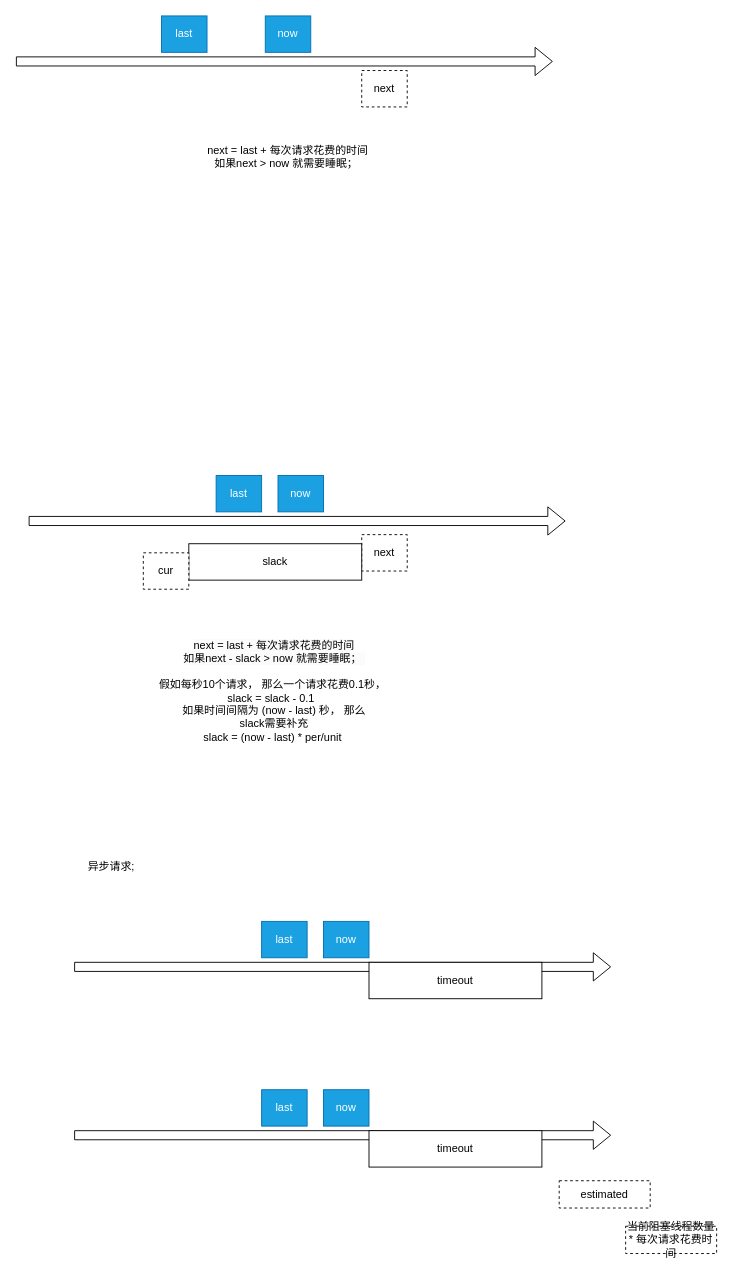
This is doc/leaky_bucket.drawio from SuperJourney/ratelimit, a draw.io file, before an edit. Source tidied: cells renumbered, new cells numbered last; positions are measured from the earlier drawing's top-left corner, leaving out a move shared by most shapes. Both pictures are drawn from the tidied source at 91%, with x=0, y=0 at pixel (15, 15).
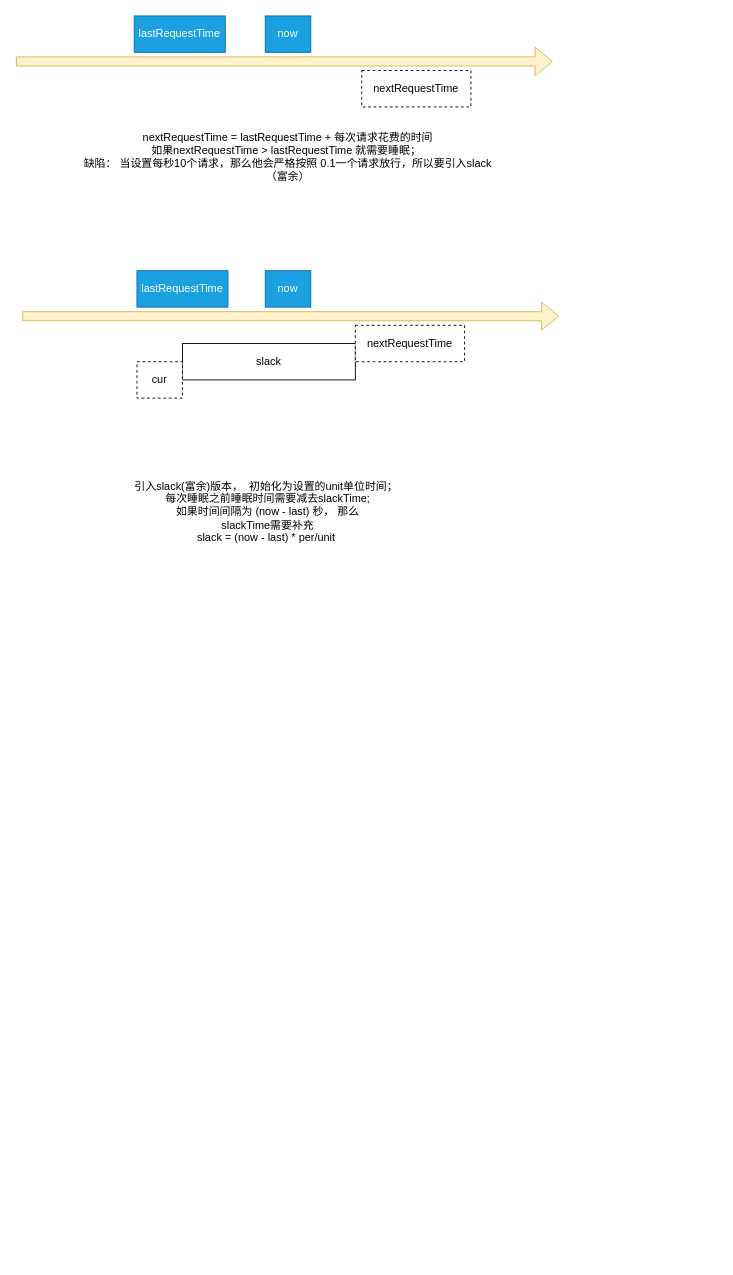
Above is the later version.

Diff of the diagram source:
```diff
@@
-    <mxCell id="2" style="shape=flexArrow;endArrow=classic;html=1;" parent="1" edge="1">
+    <mxCell id="2" style="shape=flexArrow;endArrow=classic;html=1;fillColor=#fff2cc;strokeColor=#d6b656;" parent="1" edge="1">
       <mxGeometry relative="1" as="geometry">
         <mxPoint y="50" as="sourcePoint" />
         <mxPoint x="590" y="50" as="targetPoint" />
       </mxGeometry>
     </mxCell>
@@
-    <mxCell id="4" value="next" style="rounded=0;whiteSpace=wrap;html=1;dashed=1;" parent="1" vertex="1">
-      <mxGeometry x="380" y="60" width="50" height="40" as="geometry" />
+    <mxCell id="4" value="nextRequestTime" style="rounded=0;whiteSpace=wrap;html=1;dashed=1;" parent="1" vertex="1">
+      <mxGeometry x="380" y="60" width="120" height="40" as="geometry" />
     </mxCell>
-    <mxCell id="5" style="shape=flexArrow;endArrow=classic;html=1;" parent="1" edge="1">
+    <mxCell id="5" style="shape=flexArrow;endArrow=classic;html=1;fillColor=#fff2cc;strokeColor=#d6b656;" parent="1" edge="1">
       <mxGeometry relative="1" as="geometry">
-        <mxPoint x="14" y="555" as="sourcePoint" />
-        <mxPoint x="604" y="555" as="targetPoint" />
+        <mxPoint x="7" y="330" as="sourcePoint" />
+        <mxPoint x="597" y="330" as="targetPoint" />
       </mxGeometry>
     </mxCell>
     <mxCell id="6" value="now" style="rounded=0;whiteSpace=wrap;html=1;fillColor=#1ba1e2;fontColor=#ffffff;strokeColor=#006EAF;" parent="1" vertex="1">
-      <mxGeometry x="288" y="505" width="50" height="40" as="geometry" />
+      <mxGeometry x="274" y="280" width="50" height="40" as="geometry" />
     </mxCell>
-    <mxCell id="7" value="next" style="rounded=0;whiteSpace=wrap;html=1;dashed=1;" parent="1" vertex="1">
-      <mxGeometry x="380" y="570" width="50" height="40" as="geometry" />
-    </mxCell>
     <mxCell id="8" value="slack" style="rounded=0;whiteSpace=wrap;html=1;" parent="1" vertex="1">
-      <mxGeometry x="190" y="580" width="190" height="40" as="geometry" />
+      <mxGeometry x="183" y="360" width="190" height="40" as="geometry" />
     </mxCell>
     <mxCell id="9" value="cur" style="rounded=0;whiteSpace=wrap;html=1;dashed=1;" parent="1" vertex="1">
-      <mxGeometry x="140" y="590" width="50" height="40" as="geometry" />
+      <mxGeometry x="133" y="380" width="50" height="40" as="geometry" />
     </mxCell>
-    <mxCell id="10" value="next = last + 每次请求花费的时间&lt;br&gt;如果next &amp;gt; now 就需要睡眠；&amp;nbsp;" style="text;html=1;strokeColor=none;fillColor=none;align=center;verticalAlign=middle;whiteSpace=wrap;rounded=0;" parent="1" vertex="1">
+    <mxCell id="10" value="nextRequestTime = lastRequestTime + 每次请求花费的时间&lt;br&gt;如果nextRequestTime&amp;nbsp;&amp;gt; lastRequestTime&amp;nbsp;就需要睡眠；&amp;nbsp;&lt;br&gt;缺陷： 当设置每秒10个请求，那么他会严格按照 0.1一个请求放行，所以要引入slack（富余）" style="text;html=1;strokeColor=none;fillColor=none;align=center;verticalAlign=middle;whiteSpace=wrap;rounded=0;" parent="1" vertex="1">
       <mxGeometry x="64" y="80" width="470" height="150" as="geometry" />
     </mxCell>
-    <mxCell id="11" value="&lt;br&gt;&lt;span style=&quot;color: rgb(0, 0, 0); font-family: Helvetica; font-size: 12px; font-style: normal; font-variant-ligatures: normal; font-variant-caps: normal; font-weight: 400; letter-spacing: normal; orphans: 2; text-align: center; text-indent: 0px; text-transform: none; widows: 2; word-spacing: 0px; -webkit-text-stroke-width: 0px; background-color: rgb(251, 251, 251); text-decoration-thickness: initial; text-decoration-style: initial; text-decoration-color: initial; float: none; display: inline !important;&quot;&gt;next = last + 每次请求花费的时间&lt;/span&gt;&lt;br style=&quot;border-color: var(--border-color); color: rgb(0, 0, 0); font-family: Helvetica; font-size: 12px; font-style: normal; font-variant-ligatures: normal; font-variant-caps: normal; font-weight: 400; letter-spacing: normal; orphans: 2; text-align: center; text-indent: 0px; text-transform: none; widows: 2; word-spacing: 0px; -webkit-text-stroke-width: 0px; background-color: rgb(251, 251, 251); text-decoration-thickness: initial; text-decoration-style: initial; text-decoration-color: initial;&quot;&gt;&lt;span style=&quot;color: rgb(0, 0, 0); font-family: Helvetica; font-size: 12px; font-style: normal; font-variant-ligatures: normal; font-variant-caps: normal; font-weight: 400; letter-spacing: normal; orphans: 2; text-align: center; text-indent: 0px; text-transform: none; widows: 2; word-spacing: 0px; -webkit-text-stroke-width: 0px; background-color: rgb(251, 251, 251); text-decoration-thickness: initial; text-decoration-style: initial; text-decoration-color: initial; float: none; display: inline !important;&quot;&gt;如果next - slack &amp;gt; now 就需要睡眠；&amp;nbsp;&lt;br&gt;&lt;/span&gt;&lt;br&gt;假如每秒10个请求， 那么一个请求花费0.1秒，&amp;nbsp;&lt;br&gt;slack = slack - 0.1&amp;nbsp;&amp;nbsp;&lt;br&gt;如果时间间隔为 (now - last) 秒， 那么&lt;br&gt;slack需要补充&lt;br&gt;slack = (now - last) * per/unit&amp;nbsp;" style="text;html=1;strokeColor=none;fillColor=none;align=center;verticalAlign=middle;whiteSpace=wrap;rounded=0;" parent="1" vertex="1">
-      <mxGeometry x="49" y="660" width="470" height="150" as="geometry" />
+    <mxCell id="11" value="引入slack(富余)版本， &amp;nbsp;初始化为设置的unit单位时间；&amp;nbsp;&lt;br&gt;每次睡眠之前睡眠时间需要减去slackTime;&lt;br&gt;如果时间间隔为 (now - last) 秒， 那么&lt;br&gt;slackTime需要补充&lt;br&gt;slack = (now - last) * per/unit&amp;nbsp;" style="text;html=1;strokeColor=none;fillColor=none;align=center;verticalAlign=middle;whiteSpace=wrap;rounded=0;" parent="1" vertex="1">
+      <mxGeometry x="42" y="470" width="470" height="150" as="geometry" />
     </mxCell>
-    <mxCell id="12" value="last" style="rounded=0;whiteSpace=wrap;html=1;fillColor=#1ba1e2;strokeColor=#006EAF;fontColor=#ffffff;" parent="1" vertex="1">
-      <mxGeometry x="160" width="50" height="40" as="geometry" />
+    <mxCell id="12" value="lastRequestTime" style="rounded=0;whiteSpace=wrap;html=1;fillColor=#1ba1e2;strokeColor=#006EAF;fontColor=#ffffff;" parent="1" vertex="1">
+      <mxGeometry x="130" width="100" height="40" as="geometry" />
     </mxCell>
-    <mxCell id="13" value="last" style="rounded=0;whiteSpace=wrap;html=1;fillColor=#1ba1e2;fontColor=#ffffff;strokeColor=#006EAF;" parent="1" vertex="1">
-      <mxGeometry x="220" y="505" width="50" height="40" as="geometry" />
-    </mxCell>
-    <mxCell id="14" style="shape=flexArrow;endArrow=classic;html=1;" parent="1" edge="1">
-      <mxGeometry relative="1" as="geometry">
-        <mxPoint x="64" y="1045" as="sourcePoint" />
-        <mxPoint x="654" y="1045" as="targetPoint" />
-      </mxGeometry>
-    </mxCell>
-    <mxCell id="15" value="now" style="rounded=0;whiteSpace=wrap;html=1;fillColor=#1ba1e2;fontColor=#ffffff;strokeColor=#006EAF;" parent="1" vertex="1">
-      <mxGeometry x="338" y="995" width="50" height="40" as="geometry" />
-    </mxCell>
-    <mxCell id="16" value="当前阻塞线程数量* 每次请求花费时间" style="rounded=0;whiteSpace=wrap;html=1;dashed=1;" parent="1" vertex="1">
-      <mxGeometry x="670" y="1330" width="100" height="30" as="geometry" />
-    </mxCell>
-    <mxCell id="17" value="last" style="rounded=0;whiteSpace=wrap;html=1;fillColor=#1ba1e2;fontColor=#ffffff;strokeColor=#006EAF;" parent="1" vertex="1">
-      <mxGeometry x="270" y="995" width="50" height="40" as="geometry" />
-    </mxCell>
-    <mxCell id="18" value="timeout" style="rounded=0;whiteSpace=wrap;html=1;" parent="1" vertex="1">
-      <mxGeometry x="388" y="1040" width="190" height="40" as="geometry" />
-    </mxCell>
-    <mxCell id="19" style="shape=flexArrow;endArrow=classic;html=1;" parent="1" edge="1">
-      <mxGeometry relative="1" as="geometry">
-        <mxPoint x="64" y="1230" as="sourcePoint" />
-        <mxPoint x="654" y="1230" as="targetPoint" />
-      </mxGeometry>
-    </mxCell>
-    <mxCell id="20" value="now" style="rounded=0;whiteSpace=wrap;html=1;fillColor=#1ba1e2;fontColor=#ffffff;strokeColor=#006EAF;" parent="1" vertex="1">
-      <mxGeometry x="338" y="1180" width="50" height="40" as="geometry" />
-    </mxCell>
-    <mxCell id="21" value="last" style="rounded=0;whiteSpace=wrap;html=1;fillColor=#1ba1e2;fontColor=#ffffff;strokeColor=#006EAF;" parent="1" vertex="1">
-      <mxGeometry x="270" y="1180" width="50" height="40" as="geometry" />
-    </mxCell>
-    <mxCell id="22" value="timeout" style="rounded=0;whiteSpace=wrap;html=1;" parent="1" vertex="1">
-      <mxGeometry x="388" y="1225" width="190" height="40" as="geometry" />
-    </mxCell>
-    <mxCell id="23" value="异步请求;" style="text;html=1;strokeColor=none;fillColor=none;align=center;verticalAlign=middle;whiteSpace=wrap;rounded=0;dashed=1;" parent="1" vertex="1">
-      <mxGeometry x="30" y="920" width="150" height="30" as="geometry" />
-    </mxCell>
-    <mxCell id="24" value="estimated" style="rounded=0;whiteSpace=wrap;html=1;dashed=1;" parent="1" vertex="1">
-      <mxGeometry x="597" y="1280" width="100" height="30" as="geometry" />
-    </mxCell>
+    <mxCell id="25" value="lastRequestTime" style="rounded=0;whiteSpace=wrap;html=1;fillColor=#1ba1e2;strokeColor=#006EAF;fontColor=#ffffff;" parent="1" vertex="1">
+      <mxGeometry x="133" y="280" width="100" height="40" as="geometry" />
+    </mxCell>
+    <mxCell id="26" value="nextRequestTime" style="rounded=0;whiteSpace=wrap;html=1;dashed=1;" parent="1" vertex="1">
+      <mxGeometry x="373" y="340" width="120" height="40" as="geometry" />
+    </mxCell>
```
